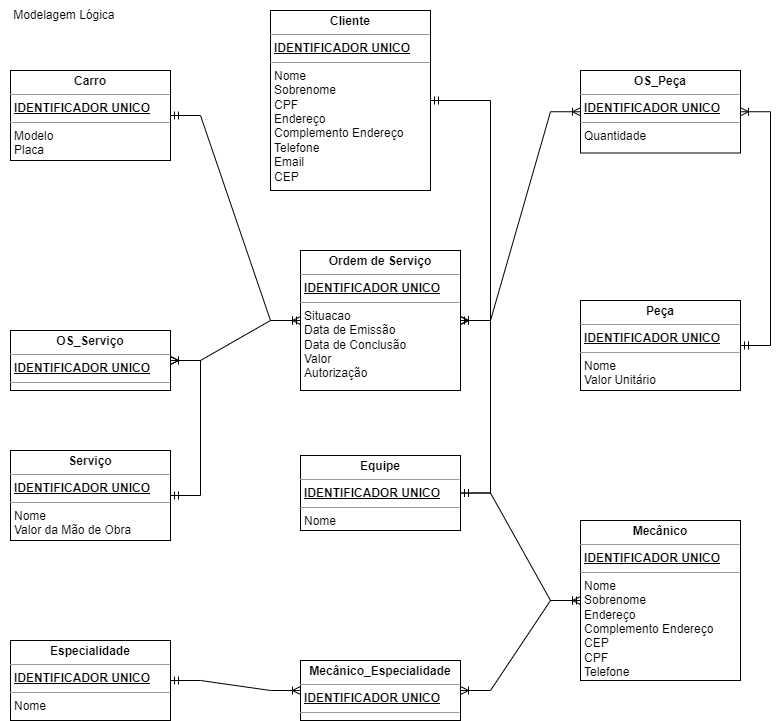
Earlier version of the draw.io export Banco de Dados/Projeto/Fluxogramas/Modelo Lógico.png (Texugo-928/ADA). Source tidied: cells renumbered, new cells last; positions are measured from the earlier drawing's top-left corner, leaving out a move shared by most shapes.
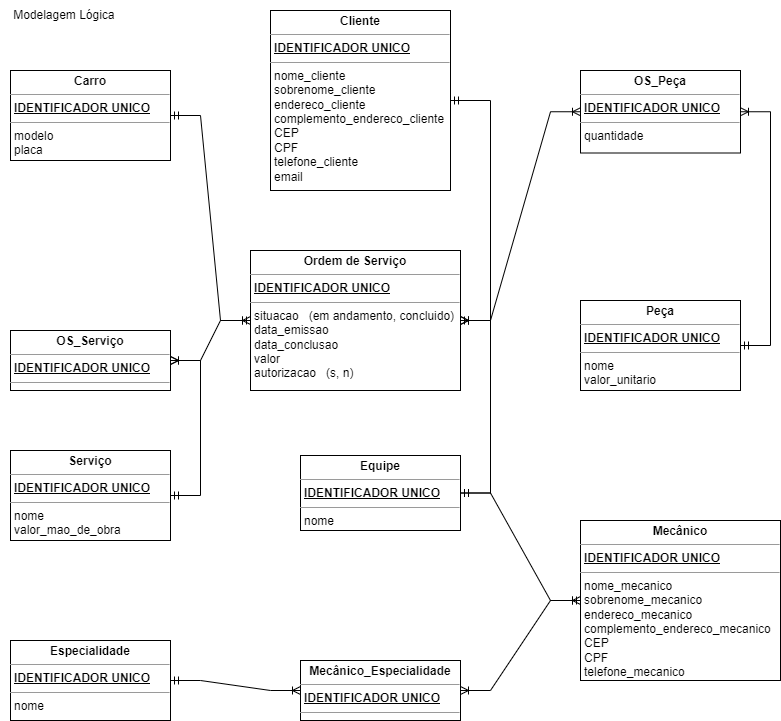
After the commit.

Diff of the diagram source:
```diff
@@ -5,13 +5,13 @@
     <mxCell id="2" value="Modelagem Lógica&amp;nbsp;" style="text;html=1;align=center;verticalAlign=middle;strokeColor=none;fillColor=none;" parent="1" vertex="1">
       <mxGeometry width="130" height="30" as="geometry" />
     </mxCell>
-    <mxCell id="3" value="&lt;p style=&quot;margin:0px;margin-top:4px;text-align:center;&quot;&gt;&lt;b&gt;Cliente&lt;/b&gt;&lt;/p&gt;&lt;hr size=&quot;1&quot;&gt;&lt;p style=&quot;margin:0px;margin-left:4px;&quot;&gt;&lt;b style=&quot;border-color: var(--border-color);&quot;&gt;&lt;u style=&quot;border-color: var(--border-color);&quot;&gt;IDENTIFICADOR UNICO&lt;/u&gt;&lt;/b&gt;&lt;br&gt;&lt;/p&gt;&lt;hr size=&quot;1&quot;&gt;&lt;p style=&quot;margin:0px;margin-left:4px;&quot;&gt;Nome&lt;/p&gt;&lt;p style=&quot;margin:0px;margin-left:4px;&quot;&gt;Sobrenome&lt;/p&gt;&lt;p style=&quot;margin:0px;margin-left:4px;&quot;&gt;CPF&lt;/p&gt;&lt;p style=&quot;margin:0px;margin-left:4px;&quot;&gt;Endereço&lt;/p&gt;&lt;p style=&quot;margin:0px;margin-left:4px;&quot;&gt;Complemento Endereço&lt;/p&gt;&lt;p style=&quot;margin:0px;margin-left:4px;&quot;&gt;Telefone&lt;/p&gt;&lt;p style=&quot;margin:0px;margin-left:4px;&quot;&gt;Email&lt;/p&gt;&lt;p style=&quot;margin:0px;margin-left:4px;&quot;&gt;CEP&lt;/p&gt;&lt;p style=&quot;margin:0px;margin-left:4px;&quot;&gt;&lt;br&gt;&lt;/p&gt;" style="verticalAlign=top;align=left;overflow=fill;fontSize=12;fontFamily=Helvetica;html=1;" parent="1" vertex="1">
-      <mxGeometry x="270" y="10" width="160" height="180" as="geometry" />
+    <mxCell id="3" value="&lt;p style=&quot;margin:0px;margin-top:4px;text-align:center;&quot;&gt;&lt;b&gt;Cliente&lt;/b&gt;&lt;/p&gt;&lt;hr size=&quot;1&quot;&gt;&lt;p style=&quot;margin:0px;margin-left:4px;&quot;&gt;&lt;b style=&quot;border-color: var(--border-color);&quot;&gt;&lt;u style=&quot;border-color: var(--border-color);&quot;&gt;IDENTIFICADOR UNICO&lt;/u&gt;&lt;/b&gt;&lt;br&gt;&lt;/p&gt;&lt;hr size=&quot;1&quot;&gt;&lt;p style=&quot;margin:0px;margin-left:4px;&quot;&gt;nome_cliente&lt;/p&gt;&lt;p style=&quot;margin:0px;margin-left:4px;&quot;&gt;sobrenome_cliente&lt;/p&gt;&lt;p style=&quot;margin:0px;margin-left:4px;&quot;&gt;endereco_cliente&lt;/p&gt;&lt;p style=&quot;margin:0px;margin-left:4px;&quot;&gt;complemento_endereco_cliente&lt;/p&gt;&lt;p style=&quot;margin:0px;margin-left:4px;&quot;&gt;CEP&lt;/p&gt;&lt;p style=&quot;margin:0px;margin-left:4px;&quot;&gt;CPF&lt;br&gt;&lt;/p&gt;&lt;p style=&quot;margin:0px;margin-left:4px;&quot;&gt;telefone_cliente&lt;br&gt;&lt;/p&gt;&lt;p style=&quot;margin:0px;margin-left:4px;&quot;&gt;email&lt;br&gt;&lt;/p&gt;&lt;p style=&quot;margin:0px;margin-left:4px;&quot;&gt;&lt;br&gt;&lt;/p&gt;" style="verticalAlign=top;align=left;overflow=fill;fontSize=12;fontFamily=Helvetica;html=1;" parent="1" vertex="1">
+      <mxGeometry x="270" y="10" width="180" height="180" as="geometry" />
     </mxCell>
-    <mxCell id="4" value="&lt;p style=&quot;margin:0px;margin-top:4px;text-align:center;&quot;&gt;&lt;b&gt;Ordem de Serviço&lt;/b&gt;&lt;/p&gt;&lt;hr size=&quot;1&quot;&gt;&lt;p style=&quot;margin:0px;margin-left:4px;&quot;&gt;&lt;b&gt;&lt;u&gt;IDENTIFICADOR UNICO&lt;/u&gt;&lt;/b&gt;&lt;/p&gt;&lt;hr size=&quot;1&quot;&gt;&lt;p style=&quot;margin:0px;margin-left:4px;&quot;&gt;&lt;span style=&quot;background-color: initial;&quot;&gt;Situacao&lt;/span&gt;&lt;br&gt;&lt;/p&gt;&lt;p style=&quot;margin:0px;margin-left:4px;&quot;&gt;Data de Emissão&lt;/p&gt;&lt;p style=&quot;margin:0px;margin-left:4px;&quot;&gt;Data de Conclusão&lt;/p&gt;&lt;p style=&quot;margin:0px;margin-left:4px;&quot;&gt;Valor&lt;br&gt;&lt;/p&gt;&lt;p style=&quot;margin:0px;margin-left:4px;&quot;&gt;Autorização&lt;/p&gt;&lt;p style=&quot;margin:0px;margin-left:4px;&quot;&gt;&lt;br&gt;&lt;/p&gt;" style="verticalAlign=top;align=left;overflow=fill;fontSize=12;fontFamily=Helvetica;html=1;" parent="1" vertex="1">
-      <mxGeometry x="300" y="250" width="160" height="140" as="geometry" />
+    <mxCell id="4" value="&lt;p style=&quot;margin:0px;margin-top:4px;text-align:center;&quot;&gt;&lt;b&gt;Ordem de Serviço&lt;/b&gt;&lt;/p&gt;&lt;hr size=&quot;1&quot;&gt;&lt;p style=&quot;margin:0px;margin-left:4px;&quot;&gt;&lt;b&gt;&lt;u&gt;IDENTIFICADOR UNICO&lt;/u&gt;&lt;/b&gt;&lt;/p&gt;&lt;hr size=&quot;1&quot;&gt;&lt;p style=&quot;margin:0px;margin-left:4px;&quot;&gt;&lt;span style=&quot;background-color: initial;&quot;&gt;situacao&amp;nbsp; &amp;nbsp;(em andamento, concluido)&lt;/span&gt;&lt;br&gt;&lt;/p&gt;&lt;p style=&quot;margin:0px;margin-left:4px;&quot;&gt;data_emissao&lt;/p&gt;&lt;p style=&quot;margin:0px;margin-left:4px;&quot;&gt;data_conclusao&lt;/p&gt;&lt;p style=&quot;margin:0px;margin-left:4px;&quot;&gt;valor&lt;br&gt;&lt;/p&gt;&lt;p style=&quot;margin:0px;margin-left:4px;&quot;&gt;autorizacao&amp;nbsp; &amp;nbsp;(s, n)&lt;/p&gt;&lt;p style=&quot;margin:0px;margin-left:4px;&quot;&gt;&lt;br&gt;&lt;/p&gt;" style="verticalAlign=top;align=left;overflow=fill;fontSize=12;fontFamily=Helvetica;html=1;" parent="1" vertex="1">
+      <mxGeometry x="250" y="250" width="210" height="140" as="geometry" />
     </mxCell>
-    <mxCell id="5" value="&lt;p style=&quot;margin:0px;margin-top:4px;text-align:center;&quot;&gt;&lt;b&gt;OS_Peça&lt;/b&gt;&lt;/p&gt;&lt;hr size=&quot;1&quot;&gt;&lt;p style=&quot;margin:0px;margin-left:4px;&quot;&gt;&lt;b&gt;&lt;u&gt;IDENTIFICADOR UNICO&lt;/u&gt;&lt;/b&gt;&lt;/p&gt;&lt;hr size=&quot;1&quot;&gt;&lt;p style=&quot;margin:0px;margin-left:4px;&quot;&gt;Quantidade&lt;/p&gt;&lt;p style=&quot;margin:0px;margin-left:4px;&quot;&gt;&lt;br&gt;&lt;/p&gt;" style="verticalAlign=top;align=left;overflow=fill;fontSize=12;fontFamily=Helvetica;html=1;" parent="1" vertex="1">
+    <mxCell id="5" value="&lt;p style=&quot;margin:0px;margin-top:4px;text-align:center;&quot;&gt;&lt;b&gt;OS_Peça&lt;/b&gt;&lt;/p&gt;&lt;hr size=&quot;1&quot;&gt;&lt;p style=&quot;margin:0px;margin-left:4px;&quot;&gt;&lt;b&gt;&lt;u&gt;IDENTIFICADOR UNICO&lt;/u&gt;&lt;/b&gt;&lt;/p&gt;&lt;hr size=&quot;1&quot;&gt;&lt;p style=&quot;margin:0px;margin-left:4px;&quot;&gt;quantidade&lt;/p&gt;&lt;p style=&quot;margin:0px;margin-left:4px;&quot;&gt;&lt;br&gt;&lt;/p&gt;" style="verticalAlign=top;align=left;overflow=fill;fontSize=12;fontFamily=Helvetica;html=1;" parent="1" vertex="1">
       <mxGeometry x="580" y="70" width="160" height="82.5" as="geometry" />
     </mxCell>
     <mxCell id="6" style="edgeStyle=entityRelationEdgeStyle;fontSize=12;html=1;endArrow=ERoneToMany;startArrow=ERmandOne;rounded=0;" parent="1" edge="1" source="3" target="4">
@@ -20,28 +20,28 @@
     <mxCell id="7" style="edgeStyle=entityRelationEdgeStyle;fontSize=12;html=1;endArrow=ERoneToMany;startArrow=ERmandOne;rounded=0;" parent="1" edge="1" source="4" target="5">
       <mxGeometry relative="1" as="geometry" />
     </mxCell>
-    <mxCell id="8" value="&lt;p style=&quot;margin:0px;margin-top:4px;text-align:center;&quot;&gt;&lt;b&gt;Carro&lt;/b&gt;&lt;/p&gt;&lt;hr size=&quot;1&quot;&gt;&lt;p style=&quot;margin:0px;margin-left:4px;&quot;&gt;&lt;b&gt;&lt;u&gt;IDENTIFICADOR UNICO&lt;/u&gt;&lt;/b&gt;&lt;/p&gt;&lt;hr size=&quot;1&quot;&gt;&lt;p style=&quot;margin:0px;margin-left:4px;&quot;&gt;Modelo&lt;/p&gt;&lt;p style=&quot;margin:0px;margin-left:4px;&quot;&gt;Placa&lt;/p&gt;&lt;p style=&quot;margin:0px;margin-left:4px;&quot;&gt;&lt;br&gt;&lt;/p&gt;&lt;p style=&quot;margin:0px;margin-left:4px;&quot;&gt;&lt;br&gt;&lt;/p&gt;" style="verticalAlign=top;align=left;overflow=fill;fontSize=12;fontFamily=Helvetica;html=1;" parent="1" vertex="1">
+    <mxCell id="8" value="&lt;p style=&quot;margin:0px;margin-top:4px;text-align:center;&quot;&gt;&lt;b&gt;Carro&lt;/b&gt;&lt;/p&gt;&lt;hr size=&quot;1&quot;&gt;&lt;p style=&quot;margin:0px;margin-left:4px;&quot;&gt;&lt;b&gt;&lt;u&gt;IDENTIFICADOR UNICO&lt;/u&gt;&lt;/b&gt;&lt;/p&gt;&lt;hr size=&quot;1&quot;&gt;&lt;p style=&quot;margin:0px;margin-left:4px;&quot;&gt;modelo&lt;/p&gt;&lt;p style=&quot;margin:0px;margin-left:4px;&quot;&gt;placa&lt;/p&gt;&lt;p style=&quot;margin:0px;margin-left:4px;&quot;&gt;&lt;br&gt;&lt;/p&gt;&lt;p style=&quot;margin:0px;margin-left:4px;&quot;&gt;&lt;br&gt;&lt;/p&gt;" style="verticalAlign=top;align=left;overflow=fill;fontSize=12;fontFamily=Helvetica;html=1;" parent="1" vertex="1">
       <mxGeometry x="10" y="70" width="160" height="90" as="geometry" />
     </mxCell>
-    <mxCell id="9" value="&lt;p style=&quot;margin:0px;margin-top:4px;text-align:center;&quot;&gt;&lt;b&gt;Peça&lt;/b&gt;&lt;/p&gt;&lt;hr size=&quot;1&quot;&gt;&lt;p style=&quot;margin:0px;margin-left:4px;&quot;&gt;&lt;b&gt;&lt;u&gt;IDENTIFICADOR UNICO&lt;/u&gt;&lt;/b&gt;&lt;/p&gt;&lt;hr size=&quot;1&quot;&gt;&lt;p style=&quot;margin:0px;margin-left:4px;&quot;&gt;Nome&lt;/p&gt;&lt;p style=&quot;margin:0px;margin-left:4px;&quot;&gt;Valor Unitário&lt;/p&gt;&lt;p style=&quot;margin:0px;margin-left:4px;&quot;&gt;&lt;br&gt;&lt;/p&gt;" style="verticalAlign=top;align=left;overflow=fill;fontSize=12;fontFamily=Helvetica;html=1;" parent="1" vertex="1">
+    <mxCell id="9" value="&lt;p style=&quot;margin:0px;margin-top:4px;text-align:center;&quot;&gt;&lt;b&gt;Peça&lt;/b&gt;&lt;/p&gt;&lt;hr size=&quot;1&quot;&gt;&lt;p style=&quot;margin:0px;margin-left:4px;&quot;&gt;&lt;b&gt;&lt;u&gt;IDENTIFICADOR UNICO&lt;/u&gt;&lt;/b&gt;&lt;/p&gt;&lt;hr size=&quot;1&quot;&gt;&lt;p style=&quot;margin:0px;margin-left:4px;&quot;&gt;nome&lt;/p&gt;&lt;p style=&quot;margin:0px;margin-left:4px;&quot;&gt;valor_unitario&lt;/p&gt;&lt;p style=&quot;margin:0px;margin-left:4px;&quot;&gt;&lt;br&gt;&lt;/p&gt;" style="verticalAlign=top;align=left;overflow=fill;fontSize=12;fontFamily=Helvetica;html=1;" parent="1" vertex="1">
       <mxGeometry x="580" y="300" width="160" height="90" as="geometry" />
     </mxCell>
     <mxCell id="10" value="&lt;p style=&quot;margin:0px;margin-top:4px;text-align:center;&quot;&gt;&lt;b&gt;OS_Serviço&lt;/b&gt;&lt;/p&gt;&lt;hr size=&quot;1&quot;&gt;&lt;p style=&quot;margin:0px;margin-left:4px;&quot;&gt;&lt;b&gt;&lt;u&gt;IDENTIFICADOR UNICO&lt;/u&gt;&lt;/b&gt;&lt;/p&gt;&lt;hr size=&quot;1&quot;&gt;&lt;p style=&quot;margin:0px;margin-left:4px;&quot;&gt;&lt;br&gt;&lt;/p&gt;" style="verticalAlign=top;align=left;overflow=fill;fontSize=12;fontFamily=Helvetica;html=1;" parent="1" vertex="1">
       <mxGeometry x="10" y="330" width="160" height="60" as="geometry" />
     </mxCell>
-    <mxCell id="11" value="&lt;p style=&quot;margin:0px;margin-top:4px;text-align:center;&quot;&gt;&lt;b&gt;Serviço&lt;/b&gt;&lt;/p&gt;&lt;hr size=&quot;1&quot;&gt;&lt;p style=&quot;margin:0px;margin-left:4px;&quot;&gt;&lt;b&gt;&lt;u&gt;IDENTIFICADOR UNICO&lt;/u&gt;&lt;/b&gt;&lt;/p&gt;&lt;hr size=&quot;1&quot;&gt;&lt;p style=&quot;margin:0px;margin-left:4px;&quot;&gt;Nome&lt;/p&gt;&lt;p style=&quot;margin:0px;margin-left:4px;&quot;&gt;&lt;span style=&quot;background-color: initial;&quot;&gt;Valor da Mão de Obra&lt;/span&gt;&lt;/p&gt;" style="verticalAlign=top;align=left;overflow=fill;fontSize=12;fontFamily=Helvetica;html=1;" parent="1" vertex="1">
+    <mxCell id="11" value="&lt;p style=&quot;margin:0px;margin-top:4px;text-align:center;&quot;&gt;&lt;b&gt;Serviço&lt;/b&gt;&lt;/p&gt;&lt;hr size=&quot;1&quot;&gt;&lt;p style=&quot;margin:0px;margin-left:4px;&quot;&gt;&lt;b&gt;&lt;u&gt;IDENTIFICADOR UNICO&lt;/u&gt;&lt;/b&gt;&lt;/p&gt;&lt;hr size=&quot;1&quot;&gt;&lt;p style=&quot;margin:0px;margin-left:4px;&quot;&gt;nome&lt;/p&gt;&lt;p style=&quot;margin:0px;margin-left:4px;&quot;&gt;&lt;span style=&quot;background-color: initial;&quot;&gt;valor_mao_de_obra&lt;/span&gt;&lt;/p&gt;" style="verticalAlign=top;align=left;overflow=fill;fontSize=12;fontFamily=Helvetica;html=1;" parent="1" vertex="1">
       <mxGeometry x="10" y="450" width="160" height="90" as="geometry" />
     </mxCell>
-    <mxCell id="12" value="&lt;p style=&quot;margin:0px;margin-top:4px;text-align:center;&quot;&gt;&lt;b&gt;Equipe&lt;/b&gt;&lt;/p&gt;&lt;hr size=&quot;1&quot;&gt;&lt;p style=&quot;margin:0px;margin-left:4px;&quot;&gt;&lt;b&gt;&lt;u&gt;IDENTIFICADOR UNICO&lt;/u&gt;&lt;/b&gt;&lt;/p&gt;&lt;hr size=&quot;1&quot;&gt;&lt;p style=&quot;margin:0px;margin-left:4px;&quot;&gt;Nome&lt;/p&gt;&lt;p style=&quot;margin:0px;margin-left:4px;&quot;&gt;&lt;br&gt;&lt;/p&gt;" style="verticalAlign=top;align=left;overflow=fill;fontSize=12;fontFamily=Helvetica;html=1;" parent="1" vertex="1">
+    <mxCell id="12" value="&lt;p style=&quot;margin:0px;margin-top:4px;text-align:center;&quot;&gt;&lt;b&gt;Equipe&lt;/b&gt;&lt;/p&gt;&lt;hr size=&quot;1&quot;&gt;&lt;p style=&quot;margin:0px;margin-left:4px;&quot;&gt;&lt;b&gt;&lt;u&gt;IDENTIFICADOR UNICO&lt;/u&gt;&lt;/b&gt;&lt;/p&gt;&lt;hr size=&quot;1&quot;&gt;&lt;p style=&quot;margin:0px;margin-left:4px;&quot;&gt;nome&lt;/p&gt;" style="verticalAlign=top;align=left;overflow=fill;fontSize=12;fontFamily=Helvetica;html=1;" parent="1" vertex="1">
       <mxGeometry x="300" y="455" width="160" height="75" as="geometry" />
     </mxCell>
-    <mxCell id="13" value="&lt;p style=&quot;margin:0px;margin-top:4px;text-align:center;&quot;&gt;&lt;b&gt;Mecânico&lt;/b&gt;&lt;/p&gt;&lt;hr size=&quot;1&quot;&gt;&lt;p style=&quot;margin:0px;margin-left:4px;&quot;&gt;&lt;u style=&quot;border-color: var(--border-color); font-weight: 700;&quot;&gt;IDENTIFICADOR UNICO&lt;/u&gt;&lt;/p&gt;&lt;hr size=&quot;1&quot;&gt;&lt;p style=&quot;margin:0px;margin-left:4px;&quot;&gt;Nome&lt;/p&gt;&lt;p style=&quot;margin:0px;margin-left:4px;&quot;&gt;Sobrenome&lt;/p&gt;&lt;p style=&quot;border-color: var(--border-color); margin: 0px 0px 0px 4px;&quot;&gt;Endereço&lt;/p&gt;&lt;p style=&quot;border-color: var(--border-color); margin: 0px 0px 0px 4px;&quot;&gt;Complemento Endereço&lt;/p&gt;&lt;p style=&quot;border-color: var(--border-color); margin: 0px 0px 0px 4px;&quot;&gt;&lt;span style=&quot;background-color: initial;&quot;&gt;CEP&lt;/span&gt;&lt;br&gt;&lt;/p&gt;&lt;p style=&quot;border-color: var(--border-color); margin: 0px 0px 0px 4px;&quot;&gt;&lt;span style=&quot;background-color: initial;&quot;&gt;CPF&lt;/span&gt;&lt;/p&gt;&lt;p style=&quot;border-color: var(--border-color); margin: 0px 0px 0px 4px;&quot;&gt;Telefone&lt;span style=&quot;background-color: initial;&quot;&gt;&lt;br&gt;&lt;/span&gt;&lt;/p&gt;" style="verticalAlign=top;align=left;overflow=fill;fontSize=12;fontFamily=Helvetica;html=1;" parent="1" vertex="1">
-      <mxGeometry x="580" y="520" width="160" height="160" as="geometry" />
+    <mxCell id="13" value="&lt;p style=&quot;margin:0px;margin-top:4px;text-align:center;&quot;&gt;&lt;b&gt;Mecânico&lt;/b&gt;&lt;/p&gt;&lt;hr size=&quot;1&quot;&gt;&lt;p style=&quot;margin:0px;margin-left:4px;&quot;&gt;&lt;u style=&quot;border-color: var(--border-color); font-weight: 700;&quot;&gt;IDENTIFICADOR UNICO&lt;/u&gt;&lt;/p&gt;&lt;hr size=&quot;1&quot;&gt;&lt;p style=&quot;margin:0px;margin-left:4px;&quot;&gt;nome_mecanico&lt;/p&gt;&lt;p style=&quot;margin:0px;margin-left:4px;&quot;&gt;sobrenome_mecanico&lt;/p&gt;&lt;p style=&quot;border-color: var(--border-color); margin: 0px 0px 0px 4px;&quot;&gt;endereco_mecanico&lt;/p&gt;&lt;p style=&quot;border-color: var(--border-color); margin: 0px 0px 0px 4px;&quot;&gt;complemento_endereco_mecanico&lt;/p&gt;&lt;p style=&quot;border-color: var(--border-color); margin: 0px 0px 0px 4px;&quot;&gt;&lt;span style=&quot;background-color: initial;&quot;&gt;CEP&lt;/span&gt;&lt;br&gt;&lt;/p&gt;&lt;p style=&quot;border-color: var(--border-color); margin: 0px 0px 0px 4px;&quot;&gt;&lt;span style=&quot;background-color: initial;&quot;&gt;CPF&lt;/span&gt;&lt;/p&gt;&lt;p style=&quot;border-color: var(--border-color); margin: 0px 0px 0px 4px;&quot;&gt;telefone_mecanico&lt;span style=&quot;background-color: initial;&quot;&gt;&lt;br&gt;&lt;/span&gt;&lt;/p&gt;" style="verticalAlign=top;align=left;overflow=fill;fontSize=12;fontFamily=Helvetica;html=1;" parent="1" vertex="1">
+      <mxGeometry x="580" y="520" width="200" height="160" as="geometry" />
     </mxCell>
     <mxCell id="14" value="&lt;p style=&quot;margin:0px;margin-top:4px;text-align:center;&quot;&gt;&lt;b&gt;Mecânico_Especialidade&lt;/b&gt;&lt;/p&gt;&lt;hr size=&quot;1&quot;&gt;&lt;p style=&quot;margin:0px;margin-left:4px;&quot;&gt;&lt;b&gt;&lt;u&gt;IDENTIFICADOR UNICO&lt;/u&gt;&lt;/b&gt;&lt;/p&gt;&lt;hr size=&quot;1&quot;&gt;&lt;p style=&quot;margin:0px;margin-left:4px;&quot;&gt;&lt;br&gt;&lt;/p&gt;" style="verticalAlign=top;align=left;overflow=fill;fontSize=12;fontFamily=Helvetica;html=1;" parent="1" vertex="1">
       <mxGeometry x="300" y="660" width="160" height="60" as="geometry" />
     </mxCell>
-    <mxCell id="15" value="&lt;p style=&quot;margin:0px;margin-top:4px;text-align:center;&quot;&gt;&lt;b&gt;Especialidade&lt;/b&gt;&lt;/p&gt;&lt;hr size=&quot;1&quot;&gt;&lt;p style=&quot;margin:0px;margin-left:4px;&quot;&gt;&lt;b&gt;&lt;u&gt;IDENTIFICADOR UNICO&lt;/u&gt;&lt;/b&gt;&lt;/p&gt;&lt;hr size=&quot;1&quot;&gt;&lt;p style=&quot;margin:0px;margin-left:4px;&quot;&gt;Nome&lt;/p&gt;&lt;p style=&quot;margin:0px;margin-left:4px;&quot;&gt;&lt;br&gt;&lt;/p&gt;" style="verticalAlign=top;align=left;overflow=fill;fontSize=12;fontFamily=Helvetica;html=1;" parent="1" vertex="1">
+    <mxCell id="15" value="&lt;p style=&quot;margin:0px;margin-top:4px;text-align:center;&quot;&gt;&lt;b&gt;Especialidade&lt;/b&gt;&lt;/p&gt;&lt;hr size=&quot;1&quot;&gt;&lt;p style=&quot;margin:0px;margin-left:4px;&quot;&gt;&lt;b&gt;&lt;u&gt;IDENTIFICADOR UNICO&lt;/u&gt;&lt;/b&gt;&lt;/p&gt;&lt;hr size=&quot;1&quot;&gt;&lt;p style=&quot;margin:0px;margin-left:4px;&quot;&gt;nome&lt;/p&gt;&lt;p style=&quot;margin:0px;margin-left:4px;&quot;&gt;&lt;br&gt;&lt;/p&gt;" style="verticalAlign=top;align=left;overflow=fill;fontSize=12;fontFamily=Helvetica;html=1;" parent="1" vertex="1">
       <mxGeometry x="10" y="640" width="160" height="80" as="geometry" />
     </mxCell>
     <mxCell id="16" style="edgeStyle=entityRelationEdgeStyle;fontSize=12;html=1;endArrow=ERoneToMany;startArrow=ERmandOne;rounded=0;" parent="1" edge="1" source="8" target="4">
```
